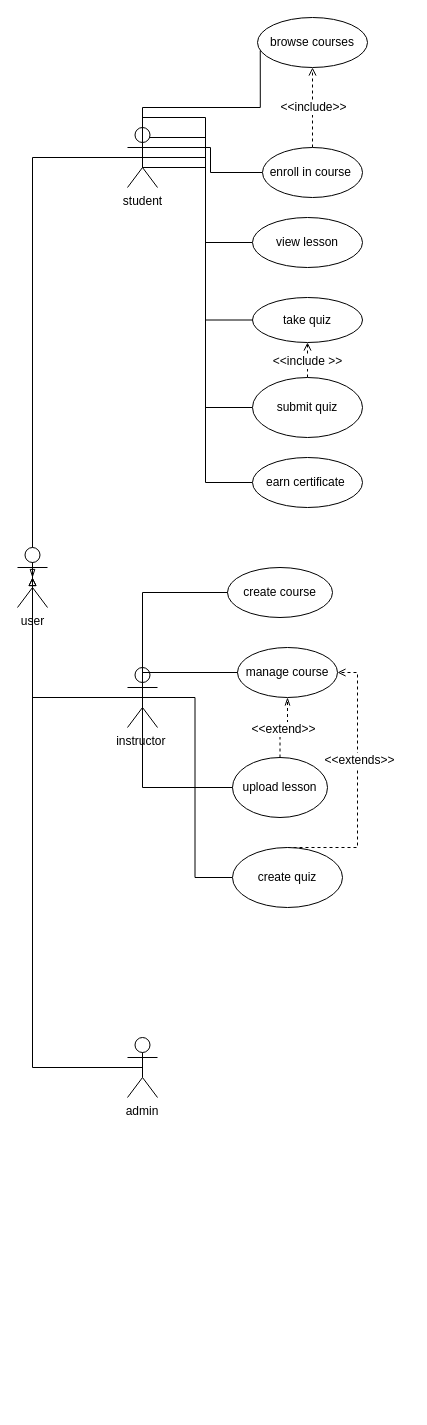
catray05/prog2_lab6 keeps this draw.io diagram as case digram.drawio. Above is the earlier version. Source tidied: cells renumbered, new cells numbered last; positions are measured from the earlier drawing's top-left corner, leaving out a move shared by most shapes. Both pictures are drawn from the tidied source at 100%, with x=0, y=0 at pixel (17, 17).
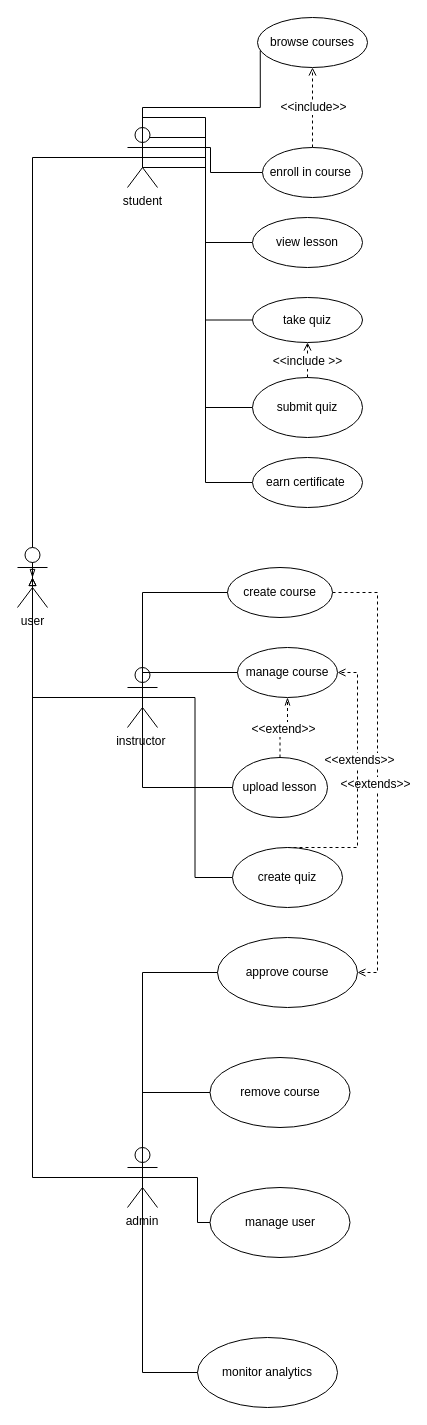
Above is the later version.

Commit message:
added case diagram

Unchanged cells that the change refers to:
```xml
<mxCell id="23" value="create course" style="ellipse;whiteSpace=wrap;html=1;strokeColor=default;align=center;verticalAlign=middle;fontFamily=Helvetica;fontSize=12;fontColor=default;fillColor=default;" parent="1" vertex="1">
  <mxGeometry x="210" y="550" width="105" height="50" as="geometry" />
</mxCell>
```

Change to the diagram source:
```diff
@@
     <mxCell id="11" value="admin&#10;" style="shape=umlActor;verticalLabelPosition=bottom;verticalAlign=top;align=center;labelPosition=center;labelBackgroundColor=none;labelBorderColor=none;textShadow=0;" parent="1" vertex="1">
-      <mxGeometry x="110" y="1020" width="30" height="60" as="geometry" />
+      <mxGeometry x="110" y="1130" width="30" height="60" as="geometry" />
     </mxCell>
@@
+    <mxCell id="38" style="edgeStyle=orthogonalEdgeStyle;shape=connector;rounded=0;jettySize=auto;html=1;strokeColor=default;align=center;verticalAlign=middle;fontFamily=Helvetica;fontSize=12;fontColor=default;labelBackgroundColor=default;endArrow=open;endFill=0;dashed=1;entryX=1;entryY=0.5;entryDx=0;entryDy=0;exitX=1;exitY=0.5;exitDx=0;exitDy=0;" parent="1" edge="1" source="23" target="40">
+      <mxGeometry relative="1" as="geometry">
+        <Array as="points">
+          <mxPoint x="360" y="575" />
+          <mxPoint x="360" y="955" />
+        </Array>
+      </mxGeometry>
+    </mxCell>
+    <mxCell id="39" value="&amp;lt;&amp;lt;extends&amp;gt;&amp;gt;" style="edgeLabel;html=1;align=center;verticalAlign=middle;strokeColor=default;fontFamily=Helvetica;fontSize=12;fontColor=default;labelBackgroundColor=default;fillColor=default;" parent="38" vertex="1">
+      <mxGeometry x="0.06" y="-3" relative="1" as="geometry" />
+    </mxCell>
@@
+    <mxCell id="40" value="approve course" style="ellipse;whiteSpace=wrap;html=1;strokeColor=default;align=center;verticalAlign=middle;fontFamily=Helvetica;fontSize=12;fontColor=default;labelBackgroundColor=default;fillColor=default;" parent="1" vertex="1">
+      <mxGeometry x="200" y="920" width="140" height="70" as="geometry" />
+    </mxCell>
+    <mxCell id="41" value="monitor analytics" style="ellipse;whiteSpace=wrap;html=1;strokeColor=default;align=center;verticalAlign=middle;fontFamily=Helvetica;fontSize=12;fontColor=default;labelBackgroundColor=default;fillColor=default;" parent="1" vertex="1">
+      <mxGeometry x="180" y="1320" width="140" height="70" as="geometry" />
+    </mxCell>
+    <mxCell id="42" style="edgeStyle=orthogonalEdgeStyle;shape=connector;rounded=0;jettySize=auto;html=1;exitX=0;exitY=0.5;exitDx=0;exitDy=0;strokeColor=default;align=center;verticalAlign=middle;fontFamily=Helvetica;fontSize=12;fontColor=default;labelBackgroundColor=default;endArrow=none;endFill=0;entryX=0.5;entryY=0.5;entryDx=0;entryDy=0;entryPerimeter=0;" parent="1" edge="1" source="43" target="11">
+      <mxGeometry relative="1" as="geometry">
+        <Array as="points">
+          <mxPoint x="180" y="1205" />
+          <mxPoint x="180" y="1160" />
+        </Array>
+      </mxGeometry>
+    </mxCell>
+    <mxCell id="43" value="manage user" style="ellipse;whiteSpace=wrap;html=1;strokeColor=default;align=center;verticalAlign=middle;fontFamily=Helvetica;fontSize=12;fontColor=default;labelBackgroundColor=default;fillColor=default;" parent="1" vertex="1">
+      <mxGeometry x="192.5" y="1170" width="140" height="70" as="geometry" />
+    </mxCell>
+    <mxCell id="44" value="remove course" style="ellipse;whiteSpace=wrap;html=1;strokeColor=default;align=center;verticalAlign=middle;fontFamily=Helvetica;fontSize=12;fontColor=default;labelBackgroundColor=default;fillColor=default;" parent="1" vertex="1">
+      <mxGeometry x="192.5" y="1040" width="140" height="70" as="geometry" />
+    </mxCell>
+    <mxCell id="45" style="edgeStyle=orthogonalEdgeStyle;shape=connector;rounded=0;jettySize=auto;html=1;exitX=0;exitY=0.5;exitDx=0;exitDy=0;entryX=0.5;entryY=0.5;entryDx=0;entryDy=0;entryPerimeter=0;strokeColor=default;align=center;verticalAlign=middle;fontFamily=Helvetica;fontSize=12;fontColor=default;labelBackgroundColor=default;endArrow=none;endFill=0;" parent="1" edge="1" source="41" target="11">
+      <mxGeometry relative="1" as="geometry" />
+    </mxCell>
+    <mxCell id="46" style="edgeStyle=orthogonalEdgeStyle;shape=connector;rounded=0;jettySize=auto;html=1;exitX=0;exitY=0.5;exitDx=0;exitDy=0;entryX=0.5;entryY=0.5;entryDx=0;entryDy=0;entryPerimeter=0;strokeColor=default;align=center;verticalAlign=middle;fontFamily=Helvetica;fontSize=12;fontColor=default;labelBackgroundColor=default;endArrow=none;endFill=0;" parent="1" edge="1" source="44" target="11">
+      <mxGeometry relative="1" as="geometry" />
+    </mxCell>
+    <mxCell id="47" style="edgeStyle=orthogonalEdgeStyle;shape=connector;rounded=0;jettySize=auto;html=1;exitX=0;exitY=0.5;exitDx=0;exitDy=0;entryX=0.5;entryY=0.5;entryDx=0;entryDy=0;entryPerimeter=0;strokeColor=default;align=center;verticalAlign=middle;fontFamily=Helvetica;fontSize=12;fontColor=default;labelBackgroundColor=default;endArrow=none;endFill=0;" parent="1" edge="1" source="40" target="11">
+      <mxGeometry relative="1" as="geometry" />
+    </mxCell>
```
